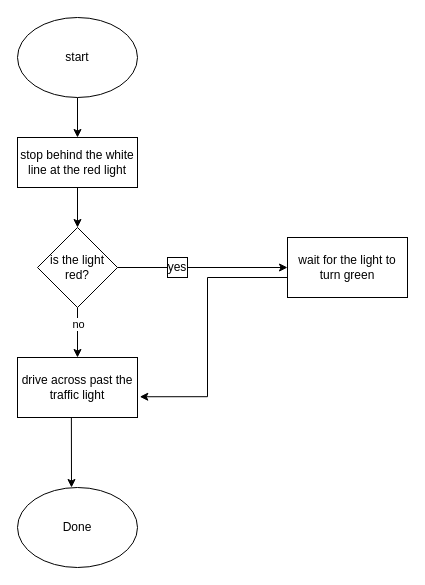
The draw.io diagram 4_four-way_intersection_governed_by_traffic_light_Diagram.drawio in GetJumpedOn95/GetJumpedOn95, before the edit. Source tidied: cells renumbered, new cells numbered last; positions are measured from the earlier drawing's top-left corner, leaving out a move shared by most shapes. Both pictures are drawn from the tidied source at 100%, with x=0, y=0 at pixel (17, 17).
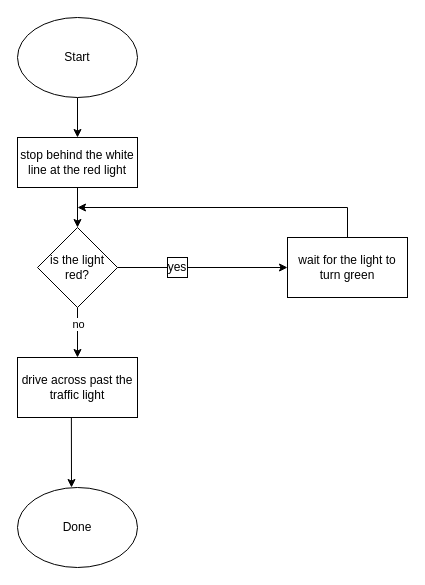
After the change.

What changed in the source:
```diff
@@
 <mxGraphModel>
   <root>
     <mxCell id="0" />
     <mxCell id="1" parent="0" />
     <mxCell id="2" style="edgeStyle=orthogonalEdgeStyle;rounded=0;jettySize=auto;html=1;entryX=0.5;entryY=0;entryDx=0;entryDy=0;" parent="1" edge="1" source="3" target="5">
       <mxGeometry relative="1" as="geometry" />
     </mxCell>
-    <mxCell id="3" value="start" style="ellipse;whiteSpace=wrap;html=1;" parent="1" vertex="1">
+    <mxCell id="3" value="Start" style="ellipse;whiteSpace=wrap;html=1;" parent="1" vertex="1">
       <mxGeometry width="120" height="80" as="geometry" />
     </mxCell>
     <mxCell id="4" style="edgeStyle=orthogonalEdgeStyle;rounded=0;jettySize=auto;html=1;entryX=0.5;entryY=0;entryDx=0;entryDy=0;" parent="1" edge="1" source="5" target="9">
       <mxGeometry relative="1" as="geometry" />
     </mxCell>
     <mxCell id="5" value="stop behind the white line at the red light" style="rounded=0;whiteSpace=wrap;html=1;" parent="1" vertex="1">
       <mxGeometry y="120" width="120" height="50" as="geometry" />
     </mxCell>
     <mxCell id="6" style="edgeStyle=orthogonalEdgeStyle;rounded=0;jettySize=auto;html=1;entryX=0;entryY=0.5;entryDx=0;entryDy=0;" parent="1" edge="1" source="9" target="11">
       <mxGeometry relative="1" as="geometry" />
     </mxCell>
     <mxCell id="7" style="edgeStyle=orthogonalEdgeStyle;rounded=0;jettySize=auto;html=1;" parent="1" edge="1" source="9" target="13">
       <mxGeometry relative="1" as="geometry" />
     </mxCell>
     <mxCell id="8" value="no" style="edgeLabel;html=1;align=center;verticalAlign=middle;" parent="7" vertex="1">
       <mxGeometry x="-0.34" y="-1" relative="1" as="geometry">
         <mxPoint x="1" as="offset" />
       </mxGeometry>
     </mxCell>
     <mxCell id="9" value="is the light red?" style="rhombus;whiteSpace=wrap;html=1;" parent="1" vertex="1">
       <mxGeometry x="20" y="210" width="80" height="80" as="geometry" />
     </mxCell>
-    <mxCell id="10" style="edgeStyle=orthogonalEdgeStyle;rounded=0;jettySize=auto;html=1;entryX=1.019;entryY=0.654;entryDx=0;entryDy=0;entryPerimeter=0;" parent="1" edge="1" source="11" target="13">
+    <mxCell id="10" style="edgeStyle=orthogonalEdgeStyle;rounded=0;jettySize=auto;html=1;" parent="1" edge="1" source="11">
       <mxGeometry relative="1" as="geometry">
+        <mxPoint x="60" y="190" as="targetPoint" />
         <Array as="points">
-          <mxPoint x="190" y="260" />
-          <mxPoint x="190" y="379" />
+          <mxPoint x="330" y="190" />
         </Array>
       </mxGeometry>
     </mxCell>
     <mxCell id="11" value="wait for the light to turn green" style="rounded=0;whiteSpace=wrap;html=1;" parent="1" vertex="1">
       <mxGeometry x="270" y="220" width="120" height="60" as="geometry" />
     </mxCell>
     <mxCell id="12" value="yes" style="rounded=0;whiteSpace=wrap;html=1;" parent="1" vertex="1">
       <mxGeometry x="150" y="240" width="20" height="20" as="geometry" />
     </mxCell>
     <mxCell id="13" value="drive across past the traffic light" style="rounded=0;whiteSpace=wrap;html=1;" parent="1" vertex="1">
       <mxGeometry y="340" width="120" height="60" as="geometry" />
     </mxCell>
     <mxCell id="14" value="Done" style="ellipse;whiteSpace=wrap;html=1;" parent="1" vertex="1">
       <mxGeometry y="470" width="120" height="80" as="geometry" />
     </mxCell>
     <mxCell id="15" style="endArrow=classic;html=1;rounded=0;exitX=0.449;exitY=1.004;exitDx=0;exitDy=0;exitPerimeter=0;" parent="1" edge="1" source="13">
       <mxGeometry relative="1" as="geometry">
         <mxPoint x="54" y="470" as="targetPoint" />
       </mxGeometry>
     </mxCell>
   </root>
 </mxGraphModel>
```
